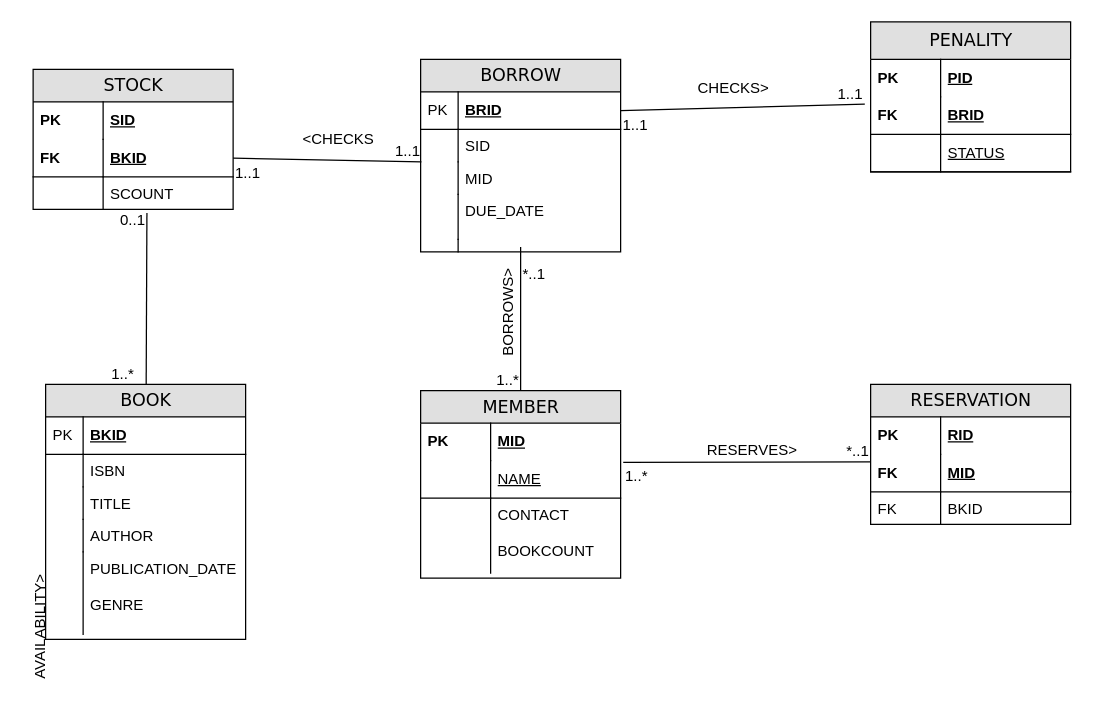
kaushik315/MScComputingDS keeps this draw.io diagram as erdiagram.drawio. Above is the earlier version. Source tidied: cells renumbered, new cells numbered last; positions are measured from the earlier drawing's top-left corner, leaving out a move shared by most shapes. Both pictures are drawn from the tidied source at 125%, with x=0, y=0 at pixel (-29, 21).
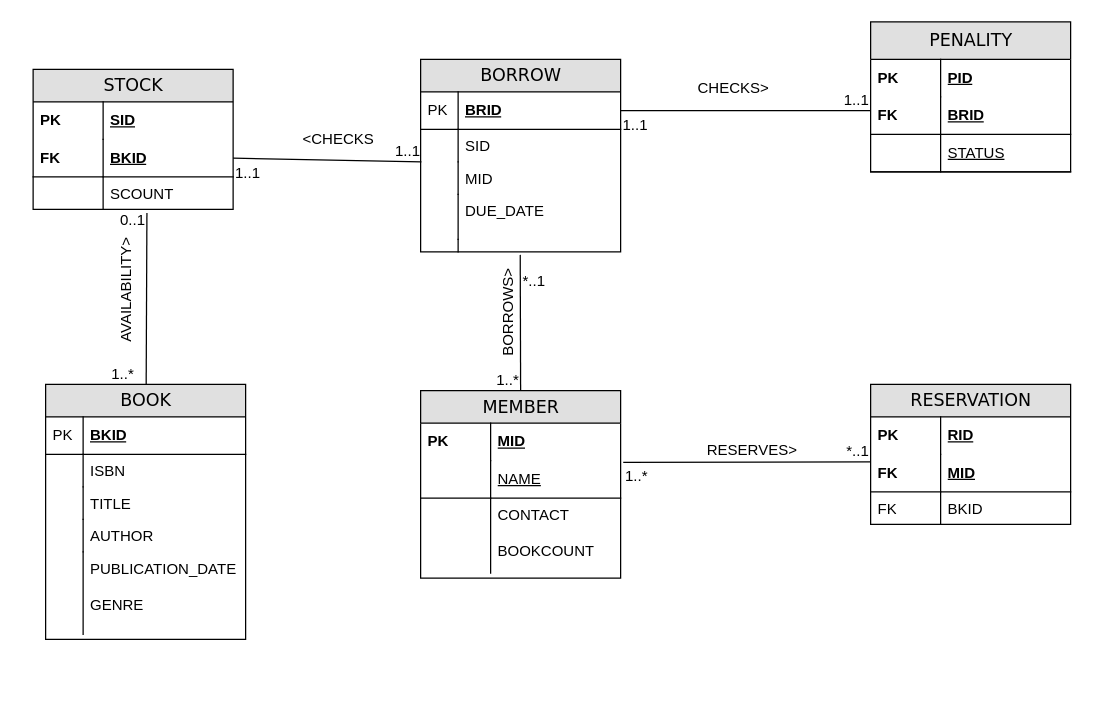
The same page after the edit.

The change refers to these unchanged cells:
```xml
<mxCell id="9" value="MEMBER" style="swimlane;html=1;fontStyle=0;horizontal=1;startSize=26;fillColor=#e0e0e0;swimlaneFillColor=#ffffff;align=center;rounded=0;shadow=0;comic=0;labelBackgroundColor=none;strokeWidth=1;fontFamily=Verdana;fontSize=14;" parent="1" vertex="1">
  <mxGeometry x="359" y="295" width="160" height="150" as="geometry" />
</mxCell>
<mxCell id="19" value="BRID" style="shape=partialRectangle;top=0;left=0;right=0;bottom=1;html=1;align=left;verticalAlign=middle;fillColor=none;spacingLeft=60;spacingRight=4;whiteSpace=wrap;overflow=hidden;points=[[0,0.5],[1,0.5]];portConstraint=eastwest;fontStyle=5;" parent="16" vertex="1">
  <mxGeometry y="60" width="160" height="30" as="geometry" />
</mxCell>
<mxCell id="35" value="BRID" style="shape=partialRectangle;top=0;left=0;right=0;bottom=1;html=1;align=left;verticalAlign=middle;fillColor=none;spacingLeft=34;spacingRight=4;whiteSpace=wrap;overflow=hidden;points=[[0,0.5],[1,0.5]];portConstraint=eastwest;fontStyle=5;" parent="34" vertex="1">
  <mxGeometry y="26" width="160" height="30" as="geometry" />
</mxCell>
<mxCell id="43" style="shape=partialRectangle;top=0;left=0;right=0;bottom=0;html=1;align=left;verticalAlign=top;fillColor=none;spacingLeft=34;spacingRight=4;whiteSpace=wrap;overflow=hidden;points=[[0,0.5],[1,0.5]];portConstraint=eastwest;" parent="34" vertex="1">
  <mxGeometry y="144" width="160" height="10" as="geometry" />
</mxCell>
```

The edit, as a diff of the source:
```diff
@@
-    <mxCell id="45" style="endArrow=none;html=1;rounded=0;entryX=0.5;entryY=0;entryDx=0;entryDy=0;exitX=0.5;exitY=0.6;exitDx=0;exitDy=0;exitPerimeter=0;" parent="1" edge="1" source="43" target="9">
+    <mxCell id="45" style="endArrow=none;html=1;rounded=0;entryX=0.5;entryY=0;entryDx=0;entryDy=0;exitX=0.498;exitY=1.24;exitDx=0;exitDy=0;exitPerimeter=0;" parent="1" edge="1" source="43" target="9">
       <mxGeometry relative="1" as="geometry" />
     </mxCell>
@@
     <mxCell id="58" value="AVAILABILITY&amp;gt;" style="text;html=1;align=center;verticalAlign=middle;strokeColor=none;fillColor=none;rotation=-90;" parent="1" vertex="1">
-      <mxGeometry x="-0.4" y="470" width="110" height="30" as="geometry" />
+      <mxGeometry x="69" y="200" width="110" height="30" as="geometry" />
     </mxCell>
@@
-    <mxCell id="64" style="endArrow=none;html=1;rounded=0;exitX=1;exitY=0.5;exitDx=0;exitDy=0;entryX=-0.029;entryY=0.195;entryDx=0;entryDy=0;entryPerimeter=0;" parent="1" edge="1" source="35" target="19">
-      <mxGeometry relative="1" as="geometry" />
+    <mxCell id="64" style="endArrow=none;html=1;rounded=0;exitX=1;exitY=0.5;exitDx=0;exitDy=0;" parent="1" edge="1" source="35">
+      <mxGeometry relative="1" as="geometry">
+        <mxPoint x="719" y="71" as="targetPoint" />
+      </mxGeometry>
     </mxCell>
```
